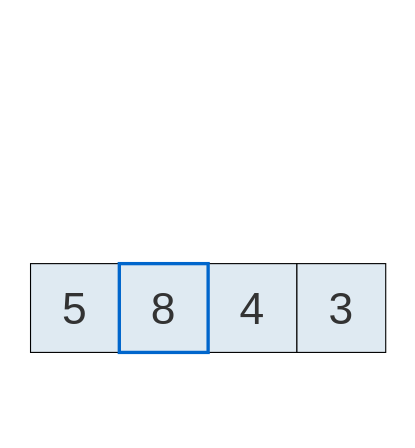
Above: page "2" (3 of 16) of teoria/04_estructuras_y_algoritmos/imgs/03/insertion_sort.drawio in ee-unr/programacion-2 (draw.io), before the change. Source tidied: cells renumbered, new cells numbered last; positions are measured from the earlier drawing's top-left corner, leaving out a move shared by most shapes. Both pictures are drawn from the tidied source at 111%, with x=0, y=0 at pixel (19, 185).
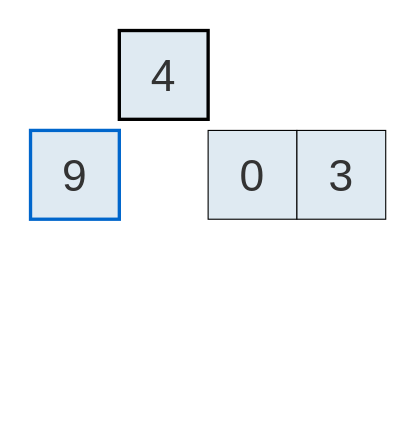
Above is the later version.

Change to the diagram source:
```diff
@@
 <mxGraphModel>
   <root>
-    <mxCell id="0" />
-    <mxCell id="1" parent="0" />
-    <mxCell id="2" style="rounded=0;whiteSpace=wrap;html=1;fillColor=none;fontSize=40;strokeColor=none;" parent="1" vertex="1">
-      <mxGeometry width="340" height="220" as="geometry" />
-    </mxCell>
-    <mxCell id="3" value="&lt;font style=&quot;font-size: 40px;&quot; color=&quot;#333333&quot; face=&quot;Cascadia Code&quot;&gt;5&lt;/font&gt;" style="rounded=0;whiteSpace=wrap;html=1;fillColor=#DFEAF2;fontSize=34;" parent="1" vertex="1">
-      <mxGeometry x="10" y="70" width="80" height="80" as="geometry" />
-    </mxCell>
+    <mxCell id="7" />
+    <mxCell id="8" parent="7" />
+    <mxCell id="9" value="&lt;font style=&quot;font-size: 40px;&quot; color=&quot;#333333&quot; face=&quot;Cascadia Code&quot;&gt;9&lt;/font&gt;" style="rounded=0;whiteSpace=wrap;html=1;fillColor=#DFEAF2;fontSize=34;strokeColor=#0066CC;strokeWidth=3;" parent="8" vertex="1">
+      <mxGeometry x="10" y="-50" width="80" height="80" as="geometry" />
+    </mxCell>
-    <mxCell id="4" value="&lt;font style=&quot;font-size: 40px;&quot; color=&quot;#333333&quot; face=&quot;Cascadia Code&quot;&gt;4&lt;/font&gt;" style="rounded=0;whiteSpace=wrap;html=1;fillColor=#DFEAF2;fontSize=34;" parent="1" vertex="1">
-      <mxGeometry x="170" y="70" width="80" height="80" as="geometry" />
+    <mxCell id="4" value="&lt;font style=&quot;font-size: 40px;&quot; color=&quot;#333333&quot; face=&quot;Cascadia Code&quot;&gt;4&lt;/font&gt;" style="rounded=0;whiteSpace=wrap;html=1;fillColor=#DFEAF2;fontSize=34;strokeWidth=3;" parent="8" vertex="1">
+      <mxGeometry x="90" y="-140" width="80" height="80" as="geometry" />
     </mxCell>
+    <mxCell id="10" value="&lt;font style=&quot;font-size: 40px;&quot; color=&quot;#333333&quot; face=&quot;Cascadia Code&quot;&gt;0&lt;/font&gt;" style="rounded=0;whiteSpace=wrap;html=1;fillColor=#DFEAF2;fontSize=34;" parent="8" vertex="1">
+      <mxGeometry x="170" y="-50" width="80" height="80" as="geometry" />
+    </mxCell>
-    <mxCell id="5" value="&lt;font style=&quot;font-size: 40px;&quot; color=&quot;#333333&quot; face=&quot;Cascadia Code&quot;&gt;3&lt;/font&gt;" style="rounded=0;whiteSpace=wrap;html=1;fillColor=#DFEAF2;fontSize=34;" parent="1" vertex="1">
-      <mxGeometry x="250" y="70" width="80" height="80" as="geometry" />
+    <mxCell id="5" value="&lt;font style=&quot;font-size: 40px;&quot; color=&quot;#333333&quot; face=&quot;Cascadia Code&quot;&gt;3&lt;/font&gt;" style="rounded=0;whiteSpace=wrap;html=1;fillColor=#DFEAF2;fontSize=34;" parent="8" vertex="1">
+      <mxGeometry x="250" y="-50" width="80" height="80" as="geometry" />
     </mxCell>
-    <mxCell id="6" value="&lt;font style=&quot;font-size: 40px;&quot; color=&quot;#333333&quot; face=&quot;Cascadia Code&quot;&gt;8&lt;/font&gt;" style="rounded=0;whiteSpace=wrap;html=1;fillColor=#DFEAF2;fontSize=34;strokeColor=#0066CC;strokeWidth=3;" parent="1" vertex="1">
-      <mxGeometry x="90" y="70" width="80" height="80" as="geometry" />
-    </mxCell>
+    <mxCell id="11" style="rounded=0;whiteSpace=wrap;html=1;fillColor=none;fontSize=40;strokeColor=none;" parent="8" vertex="1">
+      <mxGeometry y="-150" width="340" height="220" as="geometry" />
+    </mxCell>
   </root>
 </mxGraphModel>
```
